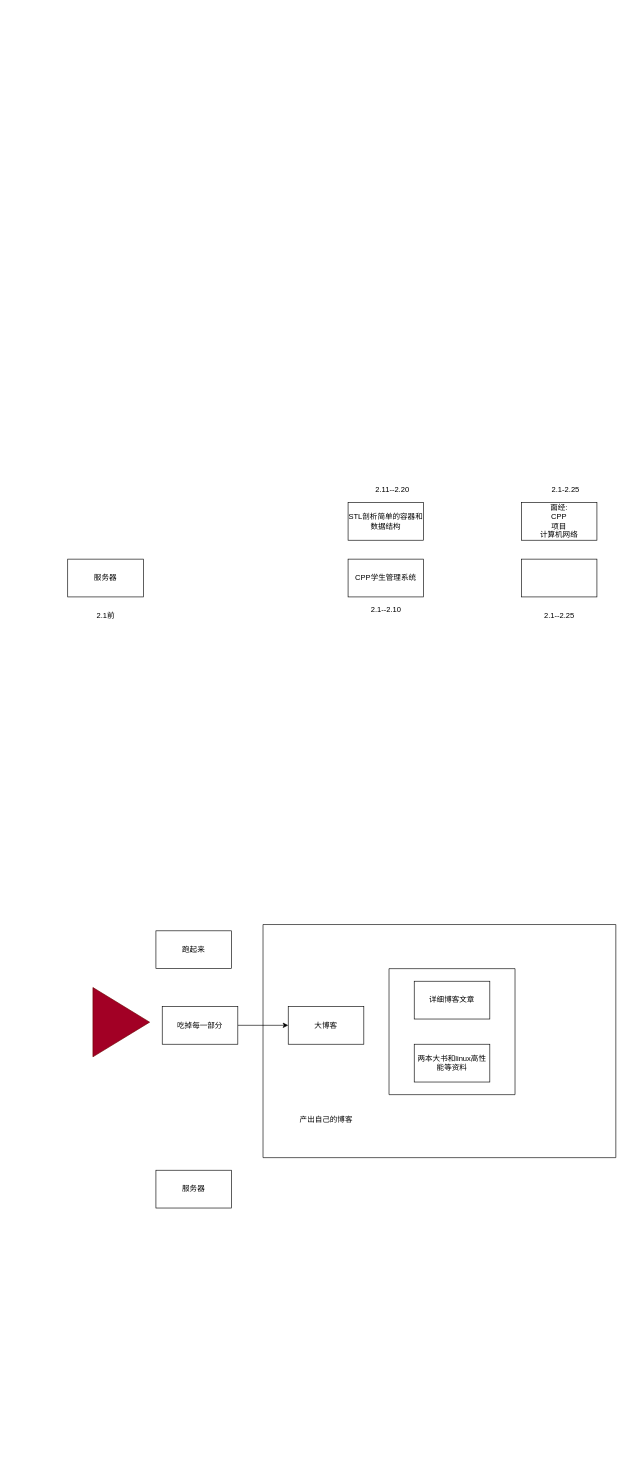
Earlier version of the draw.io diagram todo/spring.drawio (Canwaiting/note). Source tidied: cells renumbered, new cells numbered last; positions are measured from the earlier drawing's top-left corner, leaving out a move shared by most shapes. Both pictures are drawn from the tidied source at 63%, with x=0, y=0 at pixel (67, 483).
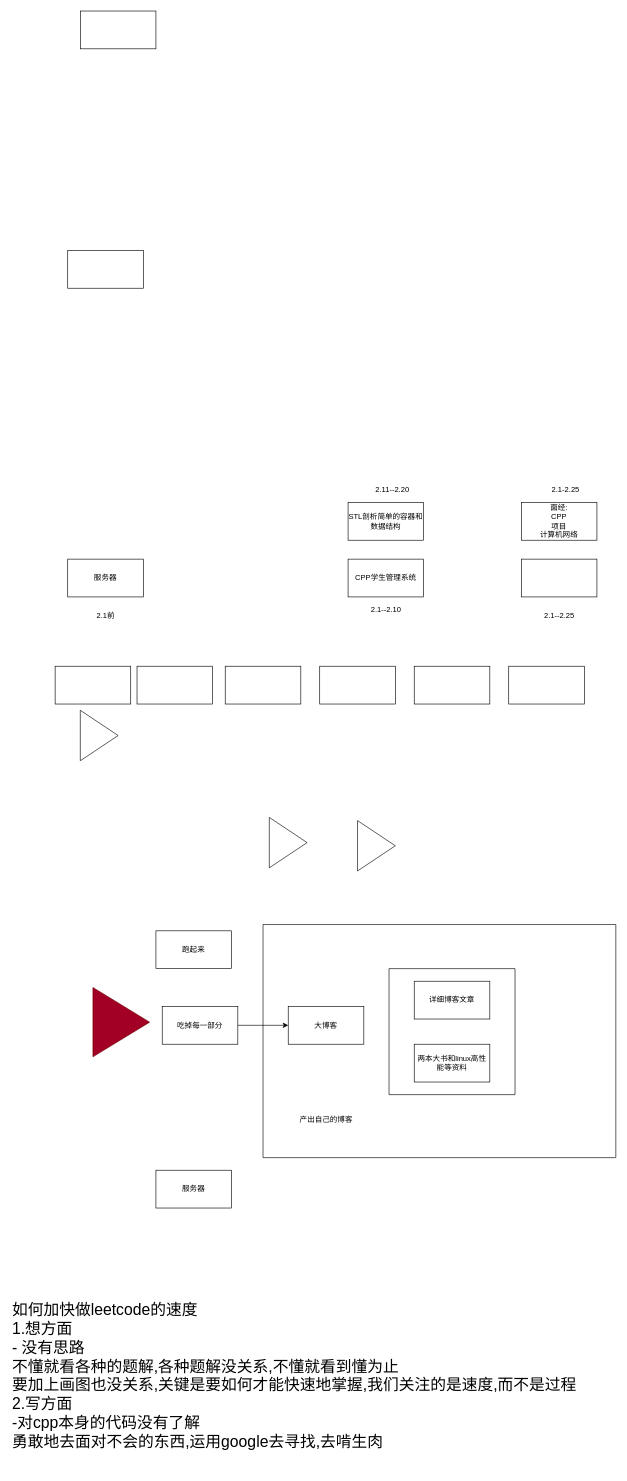
Above is the later version.

Change to the diagram source:
```diff
@@
+    <mxCell id="23" style="whiteSpace=wrap;html=1;" parent="1" vertex="1">
+      <mxGeometry x="250" y="290" width="120" height="60" as="geometry" />
+    </mxCell>
+    <mxCell id="24" style="whiteSpace=wrap;html=1;" parent="1" vertex="1">
+      <mxGeometry x="-20" y="290" width="120" height="60" as="geometry" />
+    </mxCell>
+    <mxCell id="25" style="whiteSpace=wrap;html=1;" parent="1" vertex="1">
+      <mxGeometry x="110" y="290" width="120" height="60" as="geometry" />
+    </mxCell>
+    <mxCell id="26" style="whiteSpace=wrap;html=1;" parent="1" vertex="1">
+      <mxGeometry x="700" y="290" width="120" height="60" as="geometry" />
+    </mxCell>
+    <mxCell id="27" style="whiteSpace=wrap;html=1;" parent="1" vertex="1">
+      <mxGeometry x="550" y="290" width="120" height="60" as="geometry" />
+    </mxCell>
+    <mxCell id="28" style="whiteSpace=wrap;html=1;" parent="1" vertex="1">
+      <mxGeometry x="400" y="290" width="120" height="60" as="geometry" />
+    </mxCell>
+    <mxCell id="29" style="triangle;whiteSpace=wrap;html=1;" parent="1" vertex="1">
+      <mxGeometry x="20" y="360" width="60" height="80" as="geometry" />
+    </mxCell>
+    <mxCell id="30" style="triangle;whiteSpace=wrap;html=1;" parent="1" vertex="1">
+      <mxGeometry x="320" y="530" width="60" height="80" as="geometry" />
+    </mxCell>
+    <mxCell id="31" style="triangle;whiteSpace=wrap;html=1;" parent="1" vertex="1">
+      <mxGeometry x="460" y="535" width="60" height="80" as="geometry" />
+    </mxCell>
+    <mxCell id="32" value="&lt;font color=&quot;#000000&quot; style=&quot;font-size: 25px&quot;&gt;如何加快做leetcode的速度&lt;br&gt;1.想方面&lt;br&gt;- 没有思路&lt;br&gt;不懂就看各种的题解,各种题解没关系,不懂就看到懂为止&lt;br&gt;要加上画图也没关系,关键是要如何才能快速地掌握,我们关注的是速度,而不是过程&lt;br&gt;2.写方面&lt;br&gt;-对cpp本身的代码没有了解&lt;br&gt;勇敢地去面对不会的东西,运用google去寻找,去啃生肉&lt;br&gt;&lt;br&gt;&lt;/font&gt;" style="text;html=1;align=left;verticalAlign=middle;strokeColor=none;fillColor=none;" parent="1" vertex="1">
+      <mxGeometry x="-90" y="1340" width="910" height="180" as="geometry" />
+    </mxCell>
+    <mxCell id="33" style="whiteSpace=wrap;html=1;" parent="1" vertex="1">
+      <mxGeometry x="20" y="-750" width="120" height="60" as="geometry" />
+    </mxCell>
+    <mxCell id="34" style="whiteSpace=wrap;html=1;" parent="1" vertex="1">
+      <mxGeometry y="-370" width="120" height="60" as="geometry" />
+    </mxCell>
```
